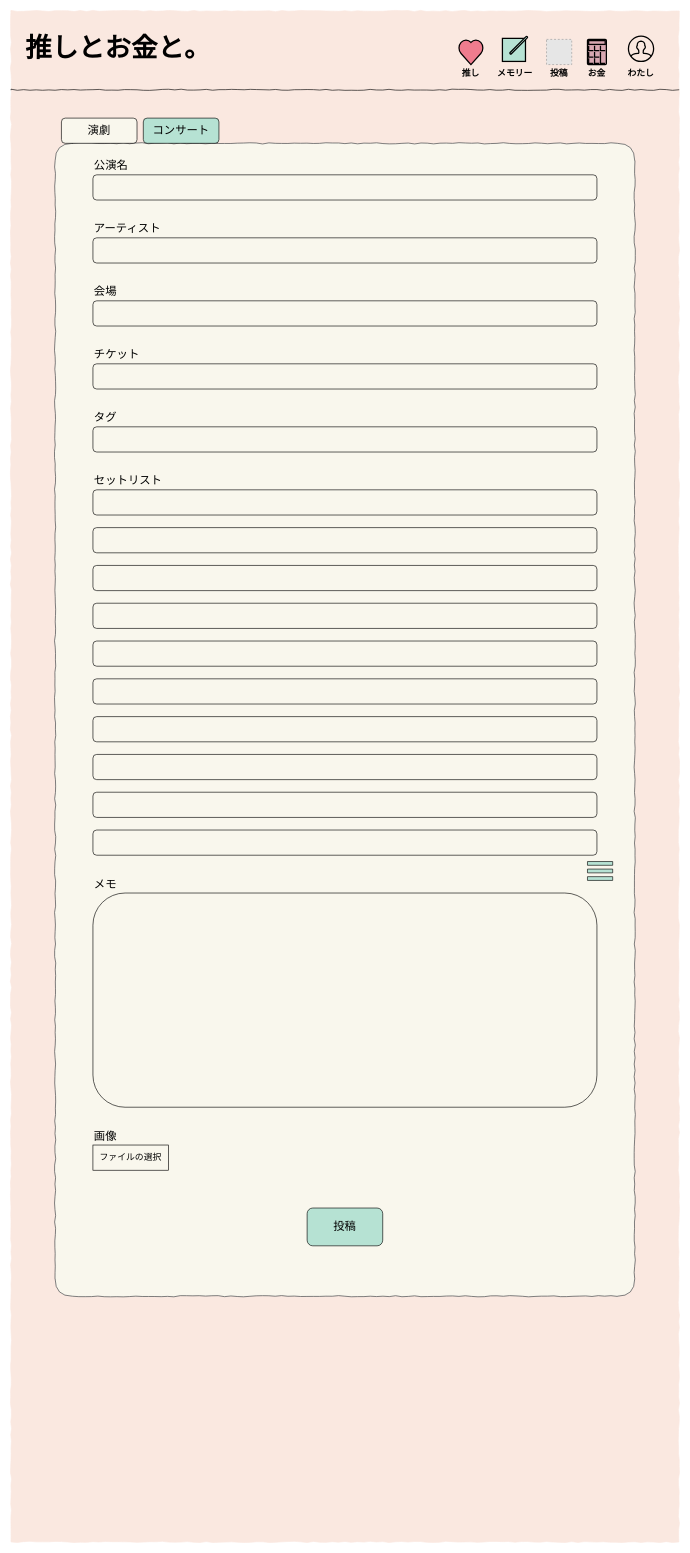
yuko-miyamoto/Laravel_10 keeps this draw.io diagram as page "投稿(コンサート)" (5 of 8) of Untitled Diagram.drawio. Above is the earlier version. Source tidied: cells renumbered, new cells numbered last; positions are measured from the earlier drawing's top-left corner, leaving out a move shared by most shapes. Both pictures are drawn from the tidied source at 63%, with x=0, y=0 at pixel (11, 11). Pictures stored in the file or linked from it are replaced by grey dashed boxes.
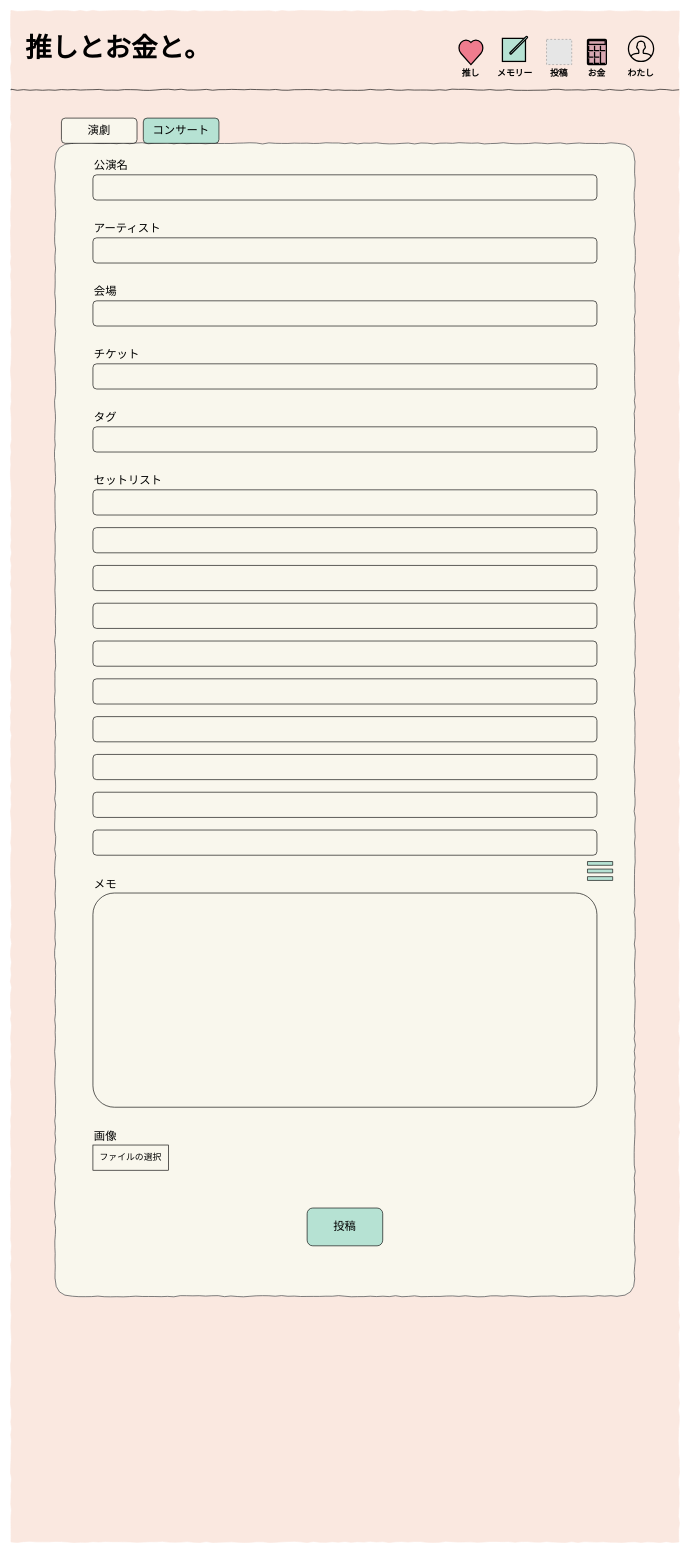
The same page after the edit.

The edit, as a diff of the source:
```diff
@@
-    <mxCell id="15" style="rounded=1;whiteSpace=wrap;html=1;shadow=0;glass=0;sketch=0;fontSize=18;fontColor=#000000;strokeColor=#000000;fillColor=#F9F7ED;align=center;verticalAlign=middle;" parent="1" vertex="1">
+    <mxCell id="15" style="rounded=1;whiteSpace=wrap;html=1;shadow=0;glass=0;sketch=0;fontSize=18;fontColor=#000000;strokeColor=#000000;fillColor=#F9F7ED;align=center;verticalAlign=middle;arcSize=10;" parent="1" vertex="1">
       <mxGeometry x="130" y="1400" width="800" height="340" as="geometry" />
     </mxCell>
```
